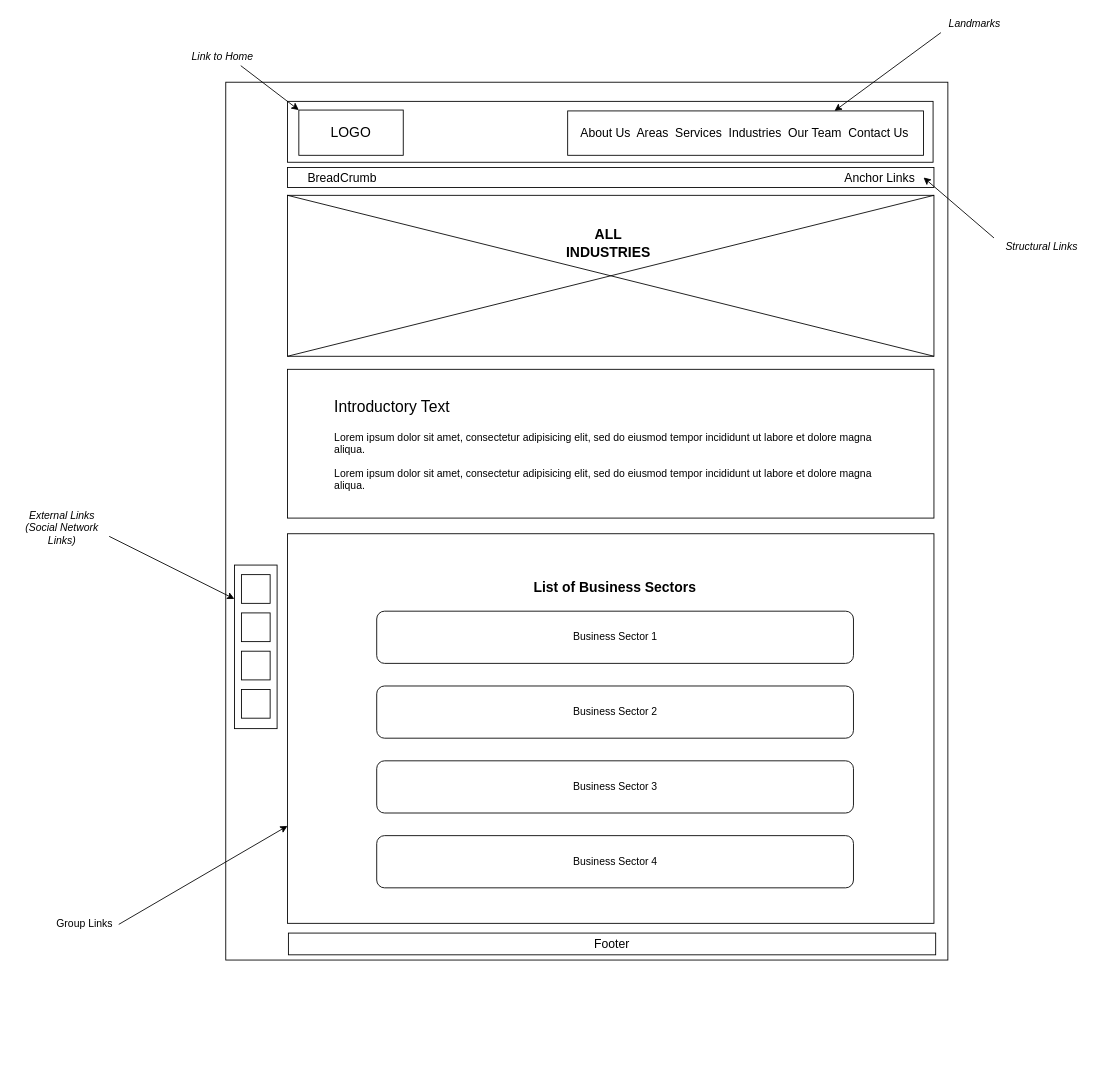
Before: Design Documents/Wireframes/AllIndustries.drawio in manzomanze/HypermediaApplicationsProject-Manzella-Messuti-Pelagatti-Pellizzer, a draw.io diagram. Source tidied: cells renumbered, new cells numbered last; positions are measured from the earlier drawing's top-left corner, leaving out a move shared by most shapes. Both pictures are drawn from the tidied source at 87%, with x=0, y=0 at pixel (15, 15).
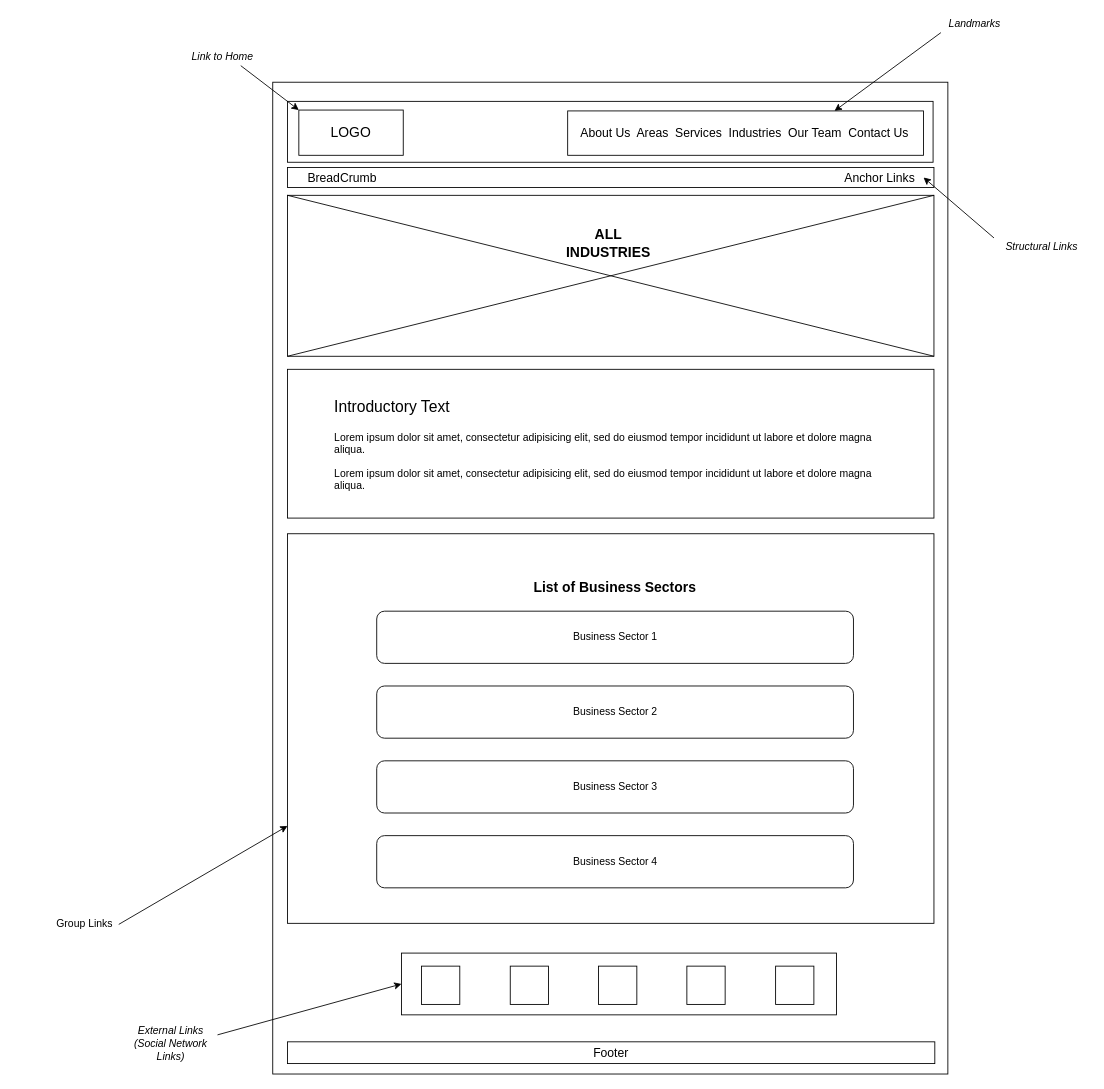
The same diagram, later.

Diff of the diagram source:
```diff
@@
     <mxCell id="2" style="rounded=0;whiteSpace=wrap;html=1;fillColor=none;" parent="1" vertex="1">
-      <mxGeometry x="242" y="77" width="830" height="1009" as="geometry" />
+      <mxGeometry x="296" y="77" width="776" height="1140" as="geometry" />
     </mxCell>
@@
     <mxCell id="24" value="&lt;font style=&quot;font-size: 14px&quot;&gt;Footer&lt;/font&gt;" style="rounded=0;whiteSpace=wrap;html=1;strokeColor=#000000;fillColor=none;" parent="1" vertex="1">
-      <mxGeometry x="314" y="1055" width="744" height="25" as="geometry" />
+      <mxGeometry x="313" y="1180" width="744" height="25" as="geometry" />
     </mxCell>
-    <mxCell id="25" style="rounded=0;whiteSpace=wrap;html=1;strokeColor=#000000;fillColor=none;" parent="1" vertex="1">
-      <mxGeometry x="252" y="632" width="49" height="188" as="geometry" />
-    </mxCell>
-    <mxCell id="26" style="whiteSpace=wrap;html=1;strokeColor=#000000;fillColor=none;" parent="1" vertex="1">
-      <mxGeometry x="260" y="643" width="33" height="33" as="geometry" />
-    </mxCell>
-    <mxCell id="27" style="whiteSpace=wrap;html=1;strokeColor=#000000;fillColor=none;" parent="1" vertex="1">
-      <mxGeometry x="260" y="687" width="33" height="33" as="geometry" />
-    </mxCell>
-    <mxCell id="28" style="whiteSpace=wrap;html=1;strokeColor=#000000;fillColor=none;" parent="1" vertex="1">
-      <mxGeometry x="260" y="731" width="33" height="33" as="geometry" />
-    </mxCell>
-    <mxCell id="29" style="whiteSpace=wrap;html=1;strokeColor=#000000;fillColor=none;" parent="1" vertex="1">
-      <mxGeometry x="260" y="775" width="33" height="33" as="geometry" />
-    </mxCell>
-    <mxCell id="30" value="&lt;i&gt;External Links (Social Network Links)&lt;/i&gt;" style="text;html=1;strokeColor=none;fillColor=none;align=center;verticalAlign=middle;whiteSpace=wrap;rounded=0;" parent="1" vertex="1">
-      <mxGeometry y="579" width="108" height="20" as="geometry" />
-    </mxCell>
-    <mxCell id="31" style="endArrow=classic;html=1;entryX=0;entryY=0.207;entryDx=0;entryDy=0;entryPerimeter=0;exitX=1;exitY=1;exitDx=0;exitDy=0;" parent="1" edge="1" source="30" target="25">
-      <mxGeometry relative="1" as="geometry" />
-    </mxCell>
@@
+    <mxCell id="30" value="&lt;i&gt;External Links (Social Network Links)&lt;/i&gt;" style="text;html=1;strokeColor=none;fillColor=none;align=center;verticalAlign=middle;whiteSpace=wrap;rounded=0;" parent="1" vertex="1">
+      <mxGeometry x="124.5" y="1172" width="108" height="20" as="geometry" />
+    </mxCell>
+    <mxCell id="39" style="whiteSpace=wrap;html=1;" parent="1" vertex="1">
+      <mxGeometry x="467" y="1093" width="44" height="44" as="geometry" />
+    </mxCell>
+    <mxCell id="40" style="whiteSpace=wrap;html=1;" parent="1" vertex="1">
+      <mxGeometry x="670.5" y="1093" width="44" height="44" as="geometry" />
+    </mxCell>
+    <mxCell id="41" style="whiteSpace=wrap;html=1;" parent="1" vertex="1">
+      <mxGeometry x="772" y="1093" width="44" height="44" as="geometry" />
+    </mxCell>
+    <mxCell id="42" style="whiteSpace=wrap;html=1;" parent="1" vertex="1">
+      <mxGeometry x="569" y="1093" width="44" height="44" as="geometry" />
+    </mxCell>
+    <mxCell id="43" style="whiteSpace=wrap;html=1;" parent="1" vertex="1">
+      <mxGeometry x="874" y="1093" width="44" height="44" as="geometry" />
+    </mxCell>
+    <mxCell id="44" style="rounded=0;whiteSpace=wrap;html=1;fillColor=none;" parent="1" vertex="1">
+      <mxGeometry x="444" y="1078" width="500" height="71" as="geometry" />
+    </mxCell>
+    <mxCell id="45" style="endArrow=classic;html=1;exitX=1;exitY=0;exitDx=0;exitDy=0;entryX=0;entryY=0.5;entryDx=0;entryDy=0;" parent="1" edge="1" source="30" target="44">
+      <mxGeometry relative="1" as="geometry" />
+    </mxCell>
```
